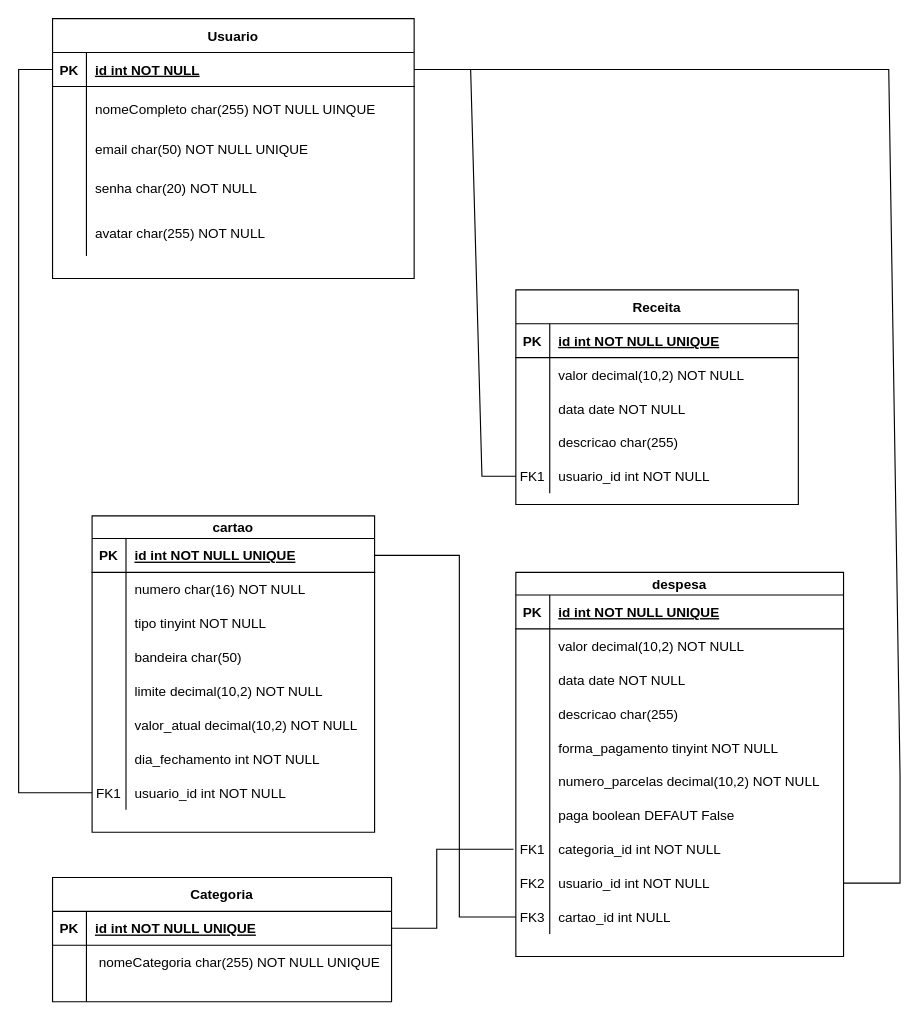
Before: modelagemBd/S.drawio in Siriusb42/projeto_integrador, a draw.io diagram. Source tidied: cells renumbered, new cells numbered last; positions are measured from the earlier drawing's top-left corner, leaving out a move shared by most shapes. Both pictures are drawn from the tidied source at 113%, with x=0, y=0 at pixel (18, 18).
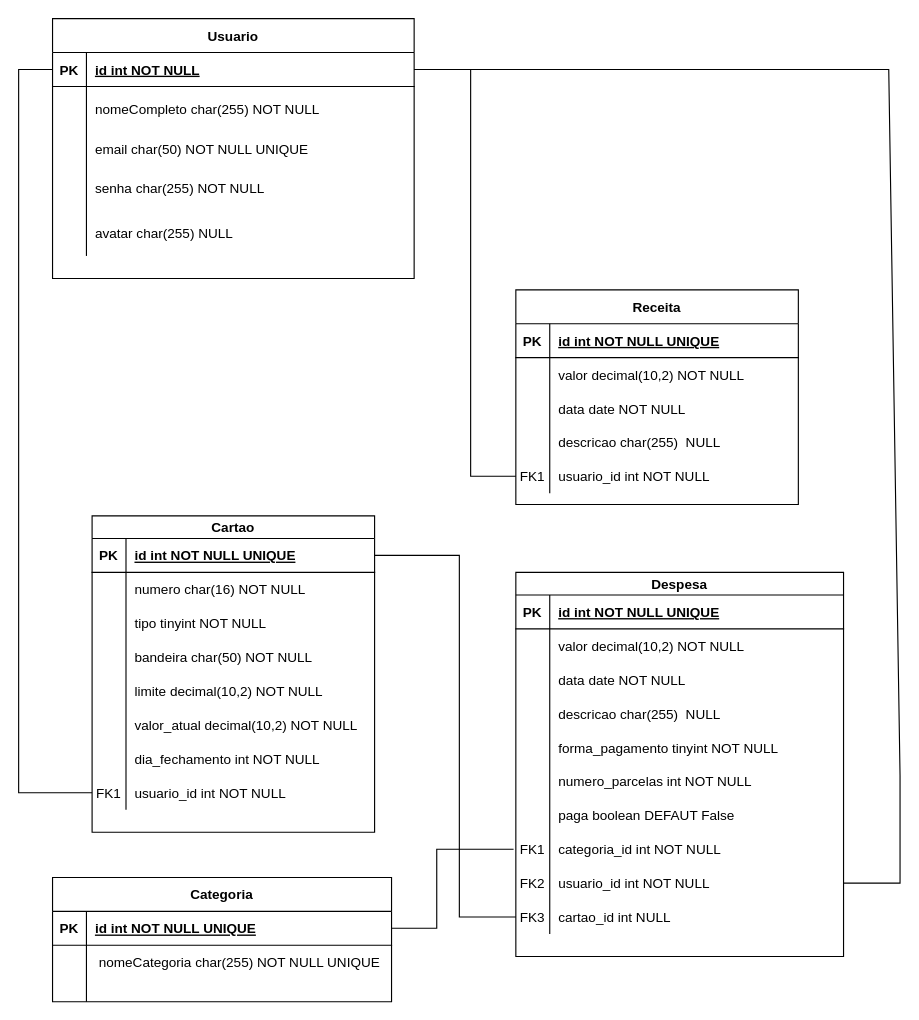
After the change.

Unchanged cells that the change refers to:
```xml
<mxCell id="22" style="shape=partialRectangle;fillColor=none;top=0;left=0;right=0;bottom=0;" parent="12" vertex="1">
  <mxGeometry y="120" width="250" height="30" as="geometry" />
</mxCell>
<mxCell id="25" style="shape=partialRectangle;fillColor=none;points=[[0,0.5],[1,0.5]];portConstraint=eastwest;top=0;left=0;right=0;bottom=0;" parent="12" vertex="1">
  <mxGeometry y="150" width="250" height="30" as="geometry" />
</mxCell>
<mxCell id="29" style="shape=partialRectangle;fillColor=none;points=[[0,0.5],[1,0.5]];portConstraint=eastwest;top=0;left=0;right=0;bottom=1;" parent="28" vertex="1">
  <mxGeometry y="30" width="320" height="30" as="geometry" />
</mxCell>
<mxCell id="32" style="shape=partialRectangle;fillColor=none;top=0;left=0;right=0;bottom=0;" parent="28" vertex="1">
  <mxGeometry y="60" width="320" height="40" as="geometry" />
</mxCell>
<mxCell id="38" style="shape=partialRectangle;fillColor=none;top=0;left=0;right=0;bottom=0;" parent="28" vertex="1">
  <mxGeometry y="130" width="320" height="40" as="geometry" />
</mxCell>
<mxCell id="41" style="shape=partialRectangle;fillColor=none;top=0;left=0;right=0;bottom=0;" parent="28" vertex="1">
  <mxGeometry y="170" width="320" height="40" as="geometry" />
</mxCell>
<mxCell id="55" style="shape=partialRectangle;fillColor=none;top=0;left=0;right=0;bottom=0;" parent="45" vertex="1">
  <mxGeometry y="110" width="250" height="30" as="geometry" />
</mxCell>
<mxCell id="81" style="shape=partialRectangle;fillColor=none;top=0;left=0;right=0;bottom=0;" parent="71" vertex="1">
  <mxGeometry y="110" width="290" height="30" as="geometry" />
</mxCell>
<mxCell id="87" style="shape=partialRectangle;fillColor=none;top=0;left=0;right=0;bottom=0;" parent="71" vertex="1">
  <mxGeometry y="170" width="290" height="30" as="geometry" />
</mxCell>
```

Change to the diagram source:
```diff
@@
-    <mxCell id="24" value="descricao char(255) " style="shape=partialRectangle;overflow=hidden;fillColor=none;top=0;left=0;bottom=0;right=0;align=left;spacingLeft=6;" parent="22" vertex="1">
+    <mxCell id="24" value="descricao char(255)  NULL" style="shape=partialRectangle;overflow=hidden;fillColor=none;top=0;left=0;bottom=0;right=0;align=left;spacingLeft=6;" parent="22" vertex="1">
       <mxGeometry x="30" width="220" height="30" as="geometry" />
     </mxCell>
@@
-    <mxCell id="34" value="nomeCompleto char(255) NOT NULL UINQUE" style="shape=partialRectangle;overflow=hidden;fillColor=none;top=0;left=0;bottom=0;right=0;align=left;spacingLeft=6;" parent="32" vertex="1">
+    <mxCell id="34" value="nomeCompleto char(255) NOT NULL" style="shape=partialRectangle;overflow=hidden;fillColor=none;top=0;left=0;bottom=0;right=0;align=left;spacingLeft=6;" parent="32" vertex="1">
       <mxGeometry x="30" width="290" height="40" as="geometry" />
     </mxCell>
@@
-    <mxCell id="40" value="senha char(20) NOT NULL" style="shape=partialRectangle;overflow=hidden;fillColor=none;top=0;left=0;bottom=0;right=0;align=left;spacingLeft=6;" parent="38" vertex="1">
+    <mxCell id="40" value="senha char(255) NOT NULL" style="shape=partialRectangle;overflow=hidden;fillColor=none;top=0;left=0;bottom=0;right=0;align=left;spacingLeft=6;" parent="38" vertex="1">
       <mxGeometry x="30" width="290" height="40" as="geometry" />
     </mxCell>
@@
-    <mxCell id="43" value="avatar char(255) NOT NULL" style="shape=partialRectangle;overflow=hidden;fillColor=none;top=0;left=0;bottom=0;right=0;align=left;spacingLeft=6;" parent="41" vertex="1">
+    <mxCell id="43" value="avatar char(255) NULL" style="shape=partialRectangle;overflow=hidden;fillColor=none;top=0;left=0;bottom=0;right=0;align=left;spacingLeft=6;" parent="41" vertex="1">
       <mxGeometry x="30" width="290" height="40" as="geometry" />
     </mxCell>
     <mxCell id="44" style="endArrow=none;html=1;rounded=0;entryX=0;entryY=0.5;entryDx=0;entryDy=0;exitX=1;exitY=0.5;exitDx=0;exitDy=0;" parent="1" edge="1" source="29" target="25">
       <mxGeometry relative="1" as="geometry">
         <Array as="points">
           <mxPoint x="400" y="45" />
-          <mxPoint x="410" y="405" />
+          <mxPoint x="400" y="405" />
         </Array>
       </mxGeometry>
     </mxCell>
-    <mxCell id="45" value="cartao" style="shape=table;startSize=20;childLayout=tableLayout;rowLines=0;fontStyle=1;align=center;" parent="1" vertex="1">
+    <mxCell id="45" value="Cartao" style="shape=table;startSize=20;childLayout=tableLayout;rowLines=0;fontStyle=1;align=center;" parent="1" vertex="1">
       <mxGeometry x="65" y="440" width="250" height="280" as="geometry" />
     </mxCell>
@@
-    <mxCell id="57" value="bandeira char(50) " style="shape=partialRectangle;overflow=hidden;fillColor=none;top=0;left=0;bottom=0;right=0;align=left;spacingLeft=6;" parent="55" vertex="1">
+    <mxCell id="57" value="bandeira char(50) NOT NULL" style="shape=partialRectangle;overflow=hidden;fillColor=none;top=0;left=0;bottom=0;right=0;align=left;spacingLeft=6;" parent="55" vertex="1">
       <mxGeometry x="30" width="220" height="30" as="geometry" />
     </mxCell>
@@
-    <mxCell id="71" value="despesa" style="shape=table;startSize=20;childLayout=tableLayout;rowLines=0;fontStyle=1;align=center;" parent="1" vertex="1">
+    <mxCell id="71" value="Despesa" style="shape=table;startSize=20;childLayout=tableLayout;rowLines=0;fontStyle=1;align=center;" parent="1" vertex="1">
       <mxGeometry x="440" y="490" width="290" height="340" as="geometry" />
     </mxCell>
@@
-    <mxCell id="83" value="descricao char(255) " style="shape=partialRectangle;overflow=hidden;fillColor=none;top=0;left=0;bottom=0;right=0;align=left;spacingLeft=6;" parent="81" vertex="1">
+    <mxCell id="83" value="descricao char(255)  NULL" style="shape=partialRectangle;overflow=hidden;fillColor=none;top=0;left=0;bottom=0;right=0;align=left;spacingLeft=6;" parent="81" vertex="1">
       <mxGeometry x="30" width="260" height="30" as="geometry" />
     </mxCell>
@@
-    <mxCell id="89" value="numero_parcelas decimal(10,2) NOT NULL" style="shape=partialRectangle;overflow=hidden;fillColor=none;top=0;left=0;bottom=0;right=0;align=left;spacingLeft=6;" parent="87" vertex="1">
+    <mxCell id="89" value="numero_parcelas int NOT NULL" style="shape=partialRectangle;overflow=hidden;fillColor=none;top=0;left=0;bottom=0;right=0;align=left;spacingLeft=6;" parent="87" vertex="1">
       <mxGeometry x="30" width="260" height="30" as="geometry" />
     </mxCell>
```
